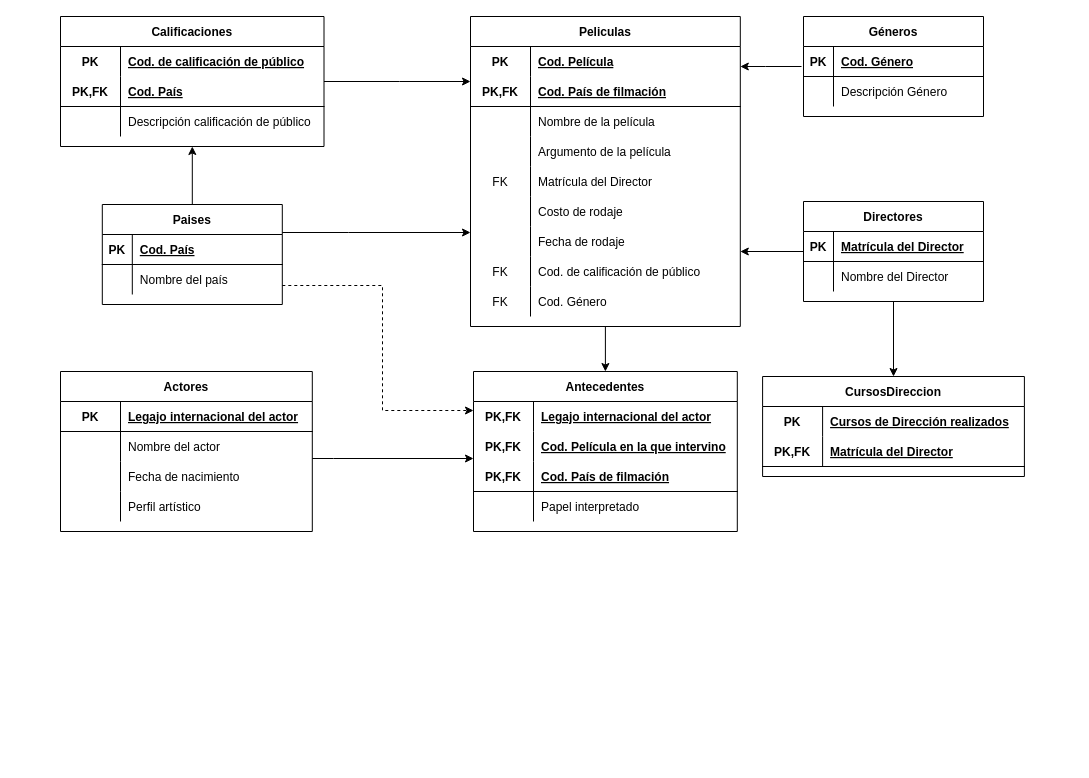
This is TPIII_Peliculas/2FN_Peliculas_Puyelli.drawio from FedericoRocca/DyADDBB_1erCuatrimestre_2021, a draw.io file, before an edit. Source tidied: cells renumbered, new cells numbered last; positions are measured from the earlier drawing's top-left corner, leaving out a move shared by most shapes. Both pictures are drawn from the tidied source at 100%, with x=0, y=0 at pixel (60, 16).
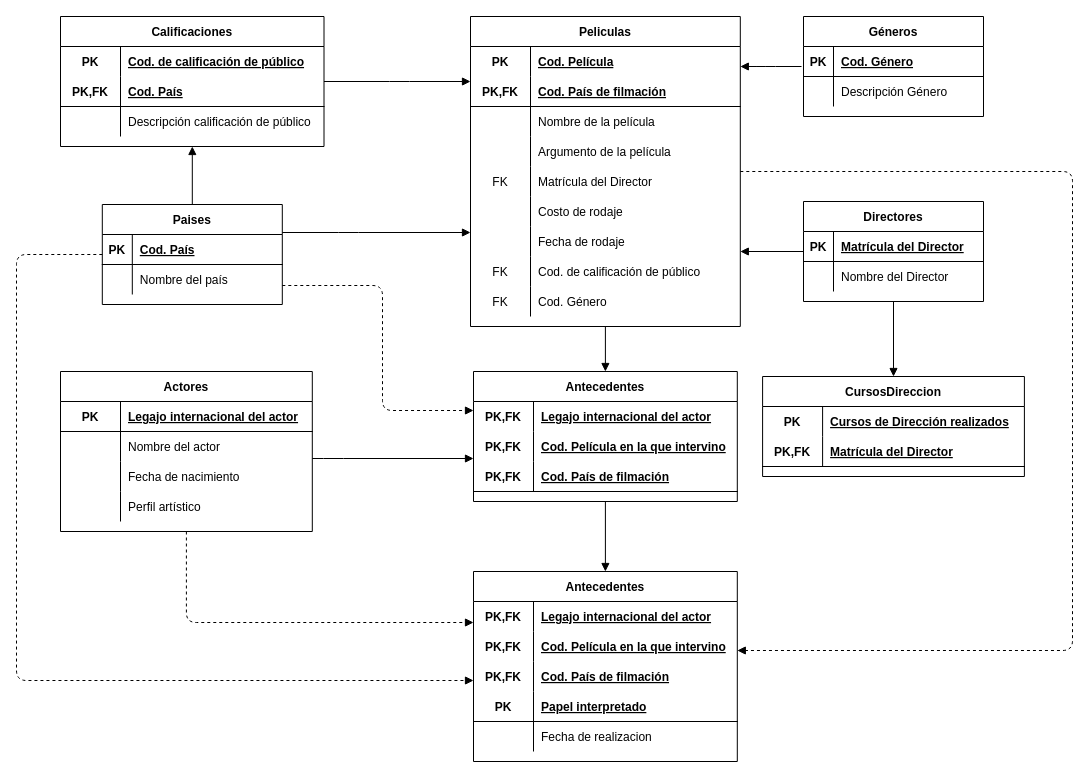
Above is the later version.

The change refers to these unchanged cells:
```xml
<mxCell id="3" value="Peliculas" style="shape=table;startSize=30;childLayout=tableLayout;rowLines=0;fontStyle=1;align=center;" parent="1" vertex="1">
  <mxGeometry x="410" width="269.8" height="310" as="geometry" />
</mxCell>
<mxCell id="31" value="CursosDireccion" style="shape=table;startSize=30;childLayout=tableLayout;rowLines=0;fontStyle=1;align=center;" parent="1" vertex="1">
  <mxGeometry x="702.1" y="360" width="261.8" height="100" as="geometry" />
</mxCell>
<mxCell id="39" value="Actores" style="shape=table;startSize=30;childLayout=tableLayout;rowLines=0;fontStyle=1;align=center;" parent="1" vertex="1">
  <mxGeometry y="355" width="251.8" height="160" as="geometry" />
</mxCell>
<mxCell id="66" value="Paises" style="shape=table;startSize=30;childLayout=tableLayout;rowLines=0;fontStyle=1;align=center;" parent="1" vertex="1">
  <mxGeometry x="41.8" y="188" width="180" height="100" as="geometry" />
</mxCell>
<mxCell id="82" value="Directores" style="shape=table;startSize=30;childLayout=tableLayout;rowLines=0;fontStyle=1;align=center;" parent="1" vertex="1">
  <mxGeometry x="743" y="185" width="180" height="100" as="geometry" />
</mxCell>
<mxCell id="93" value="Calificaciones" style="shape=table;startSize=30;childLayout=tableLayout;rowLines=0;fontStyle=1;align=center;" parent="1" vertex="1">
  <mxGeometry width="263.5" height="130" as="geometry" />
</mxCell>
```

The edit, as a diff of the source:
```diff
@@
-    <mxCell id="2" style="edgeStyle=orthogonalEdgeStyle;rounded=0;jettySize=auto;html=1;startArrow=none;startFill=0;endArrow=classic;endFill=1;" parent="1" edge="1" source="3" target="52">
+    <mxCell id="2" style="edgeStyle=orthogonalEdgeStyle;jettySize=auto;html=1;startArrow=none;startFill=0;endArrow=block;endFill=1;rounded=1;" parent="1" edge="1" source="3" target="52">
       <mxGeometry relative="1" as="geometry">
         <Array as="points">
           <mxPoint x="553" y="435" />
         </Array>
       </mxGeometry>
     </mxCell>
+    <mxCell id="103" style="edgeStyle=orthogonalEdgeStyle;jettySize=auto;html=1;dashed=1;startArrow=none;startFill=0;endArrow=block;endFill=1;rounded=1;" parent="1" edge="1" source="3" target="107">
+      <mxGeometry relative="1" as="geometry">
+        <Array as="points">
+          <mxPoint x="1012" y="155" />
+          <mxPoint x="1012" y="634" />
+        </Array>
+      </mxGeometry>
+    </mxCell>
@@
-    <mxCell id="38" style="edgeStyle=orthogonalEdgeStyle;rounded=0;jettySize=auto;html=1;startArrow=none;startFill=0;endArrow=classic;endFill=1;" parent="1" edge="1" source="39" target="52">
+    <mxCell id="38" style="edgeStyle=orthogonalEdgeStyle;jettySize=auto;html=1;startArrow=none;startFill=0;endArrow=block;endFill=1;rounded=1;" parent="1" edge="1" source="39" target="52">
       <mxGeometry relative="1" as="geometry">
         <Array as="points">
           <mxPoint x="273" y="442" />
           <mxPoint x="273" y="442" />
         </Array>
       </mxGeometry>
     </mxCell>
+    <mxCell id="104" style="edgeStyle=orthogonalEdgeStyle;jettySize=auto;html=1;dashed=1;startArrow=none;startFill=0;endArrow=block;endFill=1;rounded=1;" parent="1" edge="1" source="39" target="107">
+      <mxGeometry relative="1" as="geometry">
+        <Array as="points">
+          <mxPoint x="126" y="606" />
+        </Array>
+      </mxGeometry>
+    </mxCell>
@@
+    <mxCell id="105" style="edgeStyle=orthogonalEdgeStyle;jettySize=auto;html=1;startArrow=none;startFill=0;endArrow=block;endFill=1;rounded=1;" parent="1" edge="1" source="52" target="107">
+      <mxGeometry relative="1" as="geometry" />
+    </mxCell>
     <mxCell id="52" value="Antecedentes" style="shape=table;startSize=30;childLayout=tableLayout;rowLines=0;fontStyle=1;align=center;" parent="1" vertex="1">
-      <mxGeometry x="413" y="355" width="263.8" height="160" as="geometry" />
+      <mxGeometry x="413" y="355" width="263.8" height="130" as="geometry" />
     </mxCell>
@@
-    <mxCell id="62" style="shape=partialRectangle;fillColor=none;top=0;left=0;bottom=0;right=0;" parent="52" vertex="1">
-      <mxGeometry y="120" width="263.8" height="30" as="geometry" />
-    </mxCell>
-    <mxCell id="63" style="shape=partialRectangle;fillColor=none;top=0;left=0;bottom=0;right=0;overflow=hidden;" parent="62" vertex="1">
-      <mxGeometry width="60" height="30" as="geometry" />
-    </mxCell>
-    <mxCell id="64" value="Papel interpretado" style="shape=partialRectangle;fillColor=none;top=0;left=0;bottom=0;right=0;align=left;spacingLeft=6;overflow=hidden;" parent="62" vertex="1">
-      <mxGeometry x="60" width="203.8" height="30" as="geometry" />
-    </mxCell>
-    <mxCell id="65" style="edgeStyle=orthogonalEdgeStyle;rounded=0;jettySize=auto;html=1;dashed=1;startArrow=none;startFill=0;endArrow=classic;endFill=1;" parent="1" edge="1" source="66" target="52">
+    <mxCell id="65" style="edgeStyle=orthogonalEdgeStyle;jettySize=auto;html=1;dashed=1;startArrow=none;startFill=0;endArrow=block;endFill=1;rounded=1;" parent="1" edge="1" source="66" target="52">
       <mxGeometry relative="1" as="geometry">
         <Array as="points">
           <mxPoint x="322" y="269" />
           <mxPoint x="322" y="394" />
         </Array>
       </mxGeometry>
     </mxCell>
+    <mxCell id="106" style="edgeStyle=orthogonalEdgeStyle;jettySize=auto;html=1;startArrow=none;startFill=0;endArrow=block;endFill=1;dashed=1;rounded=1;" parent="1" edge="1" source="66" target="107">
+      <mxGeometry relative="1" as="geometry">
+        <Array as="points">
+          <mxPoint x="-44" y="238" />
+          <mxPoint x="-44" y="664" />
+        </Array>
+      </mxGeometry>
+    </mxCell>
@@
-    <mxCell id="80" style="edgeStyle=orthogonalEdgeStyle;rounded=0;jettySize=auto;html=1;startArrow=none;startFill=0;endArrow=classic;endFill=1;" parent="1" edge="1" source="82" target="3">
+    <mxCell id="80" style="edgeStyle=orthogonalEdgeStyle;jettySize=auto;html=1;startArrow=none;startFill=0;endArrow=block;endFill=1;rounded=1;" parent="1" edge="1" source="82" target="3">
       <mxGeometry relative="1" as="geometry">
         <Array as="points">
           <mxPoint x="760" y="217" />
           <mxPoint x="760" y="217" />
         </Array>
       </mxGeometry>
     </mxCell>
-    <mxCell id="81" style="edgeStyle=orthogonalEdgeStyle;rounded=0;jettySize=auto;html=1;startArrow=none;startFill=0;endArrow=classic;endFill=1;" parent="1" edge="1" source="82" target="31">
+    <mxCell id="81" style="edgeStyle=orthogonalEdgeStyle;jettySize=auto;html=1;startArrow=none;startFill=0;endArrow=block;endFill=1;rounded=1;" parent="1" edge="1" source="82" target="31">
       <mxGeometry relative="1" as="geometry" />
     </mxCell>
@@
-    <mxCell id="89" style="edgeStyle=orthogonalEdgeStyle;rounded=0;jettySize=auto;html=1;startArrow=none;startFill=0;endArrow=classic;endFill=1;" parent="1" edge="1" source="93" target="3">
+    <mxCell id="89" style="edgeStyle=orthogonalEdgeStyle;jettySize=auto;html=1;startArrow=none;startFill=0;endArrow=block;endFill=1;rounded=1;" parent="1" edge="1" source="93" target="3">
       <mxGeometry relative="1" as="geometry">
         <Array as="points">
           <mxPoint x="339" y="65" />
           <mxPoint x="339" y="65" />
         </Array>
       </mxGeometry>
     </mxCell>
-    <mxCell id="90" style="edgeStyle=orthogonalEdgeStyle;rounded=0;orthogonalLoop=1;jettySize=auto;html=1;startArrow=none;startFill=0;endArrow=classic;endFill=1;" parent="1" edge="1">
+    <mxCell id="90" style="edgeStyle=orthogonalEdgeStyle;orthogonalLoop=1;jettySize=auto;html=1;startArrow=none;startFill=0;endArrow=block;endFill=1;rounded=1;" parent="1" edge="1">
       <mxGeometry relative="1" as="geometry">
         <mxPoint x="741" y="50" as="sourcePoint" />
         <mxPoint x="679.8" y="50" as="targetPoint" />
         <Array as="points">
           <mxPoint x="705" y="50" />
           <mxPoint x="705" y="50" />
         </Array>
       </mxGeometry>
     </mxCell>
-    <mxCell id="91" style="edgeStyle=orthogonalEdgeStyle;rounded=0;jettySize=auto;html=1;startArrow=none;startFill=0;endArrow=classic;endFill=1;" parent="1" edge="1" source="66" target="3">
+    <mxCell id="91" style="edgeStyle=orthogonalEdgeStyle;jettySize=auto;html=1;startArrow=none;startFill=0;endArrow=block;endFill=1;rounded=1;" parent="1" edge="1" source="66" target="3">
       <mxGeometry relative="1" as="geometry">
         <Array as="points">
           <mxPoint x="288" y="216" />
           <mxPoint x="288" y="216" />
         </Array>
       </mxGeometry>
     </mxCell>
-    <mxCell id="92" style="edgeStyle=orthogonalEdgeStyle;rounded=0;jettySize=auto;html=1;startArrow=none;startFill=0;endArrow=classic;endFill=1;" parent="1" edge="1" source="66" target="93">
+    <mxCell id="92" style="edgeStyle=orthogonalEdgeStyle;jettySize=auto;html=1;startArrow=none;startFill=0;endArrow=block;endFill=1;rounded=1;" parent="1" edge="1" source="66" target="93">
       <mxGeometry relative="1" as="geometry">
         <Array as="points">
           <mxPoint x="132" y="225" />
         </Array>
       </mxGeometry>
     </mxCell>
@@
+    <mxCell id="107" value="Antecedentes" style="shape=table;startSize=30;childLayout=tableLayout;rowLines=0;fontStyle=1;align=center;" parent="1" vertex="1">
+      <mxGeometry x="413" y="555" width="263.8" height="190" as="geometry" />
+    </mxCell>
+    <mxCell id="108" style="shape=partialRectangle;fillColor=none;top=0;left=0;bottom=0;right=0;" parent="107" vertex="1">
+      <mxGeometry y="30" width="263.8" height="30" as="geometry" />
+    </mxCell>
+    <mxCell id="109" value="PK,FK" style="shape=partialRectangle;fillColor=none;top=0;left=0;bottom=0;right=0;fontStyle=1;overflow=hidden;" parent="108" vertex="1">
+      <mxGeometry width="60" height="30" as="geometry" />
+    </mxCell>
+    <mxCell id="110" value="Legajo internacional del actor" style="shape=partialRectangle;fillColor=none;top=0;left=0;bottom=0;right=0;align=left;spacingLeft=6;fontStyle=5;overflow=hidden;" parent="108" vertex="1">
+      <mxGeometry x="60" width="203.8" height="30" as="geometry" />
+    </mxCell>
+    <mxCell id="111" style="shape=partialRectangle;fillColor=none;top=0;left=0;bottom=0;right=0;" parent="107" vertex="1">
+      <mxGeometry y="60" width="263.8" height="30" as="geometry" />
+    </mxCell>
+    <mxCell id="112" value="PK,FK" style="shape=partialRectangle;fillColor=none;top=0;left=0;bottom=0;right=0;fontStyle=1;overflow=hidden;" parent="111" vertex="1">
+      <mxGeometry width="60" height="30" as="geometry" />
+    </mxCell>
+    <mxCell id="113" value="Cod. Película en la que intervino" style="shape=partialRectangle;fillColor=none;top=0;left=0;bottom=0;right=0;align=left;spacingLeft=6;fontStyle=5;overflow=hidden;" parent="111" vertex="1">
+      <mxGeometry x="60" width="203.8" height="30" as="geometry" />
+    </mxCell>
+    <mxCell id="114" style="shape=partialRectangle;fillColor=none;top=0;left=0;bottom=0;right=0;" parent="107" vertex="1">
+      <mxGeometry y="90" width="263.8" height="30" as="geometry" />
+    </mxCell>
+    <mxCell id="115" value="PK,FK" style="shape=partialRectangle;fillColor=none;top=0;left=0;bottom=0;right=0;fontStyle=1;overflow=hidden;" parent="114" vertex="1">
+      <mxGeometry width="60" height="30" as="geometry" />
+    </mxCell>
+    <mxCell id="116" value="Cod. País de filmación" style="shape=partialRectangle;fillColor=none;top=0;left=0;bottom=0;right=0;align=left;spacingLeft=6;fontStyle=5;overflow=hidden;" parent="114" vertex="1">
+      <mxGeometry x="60" width="203.8" height="30" as="geometry" />
+    </mxCell>
+    <mxCell id="117" style="shape=partialRectangle;fillColor=none;top=0;left=0;bottom=1;right=0;" parent="107" vertex="1">
+      <mxGeometry y="120" width="263.8" height="30" as="geometry" />
+    </mxCell>
+    <mxCell id="118" value="PK" style="shape=partialRectangle;fillColor=none;top=0;left=0;bottom=0;right=0;fontStyle=1;overflow=hidden;" parent="117" vertex="1">
+      <mxGeometry width="60" height="30" as="geometry" />
+    </mxCell>
+    <mxCell id="64" value="Papel interpretado" style="shape=partialRectangle;fillColor=none;top=0;left=0;bottom=0;right=0;align=left;spacingLeft=6;fontStyle=5;overflow=hidden;" parent="117" vertex="1">
+      <mxGeometry x="60" width="203.8" height="30" as="geometry" />
+    </mxCell>
+    <mxCell id="119" style="shape=partialRectangle;fillColor=none;top=0;left=0;bottom=0;right=0;" parent="107" vertex="1">
+      <mxGeometry y="150" width="263.8" height="30" as="geometry" />
+    </mxCell>
+    <mxCell id="63" style="shape=partialRectangle;fillColor=none;top=0;left=0;bottom=0;right=0;overflow=hidden;" parent="119" vertex="1">
+      <mxGeometry width="60" height="30" as="geometry" />
+    </mxCell>
+    <mxCell id="120" value="Fecha de realizacion" style="shape=partialRectangle;fillColor=none;top=0;left=0;bottom=0;right=0;align=left;spacingLeft=6;overflow=hidden;" parent="119" vertex="1">
+      <mxGeometry x="60" width="203.8" height="30" as="geometry" />
+    </mxCell>
```
